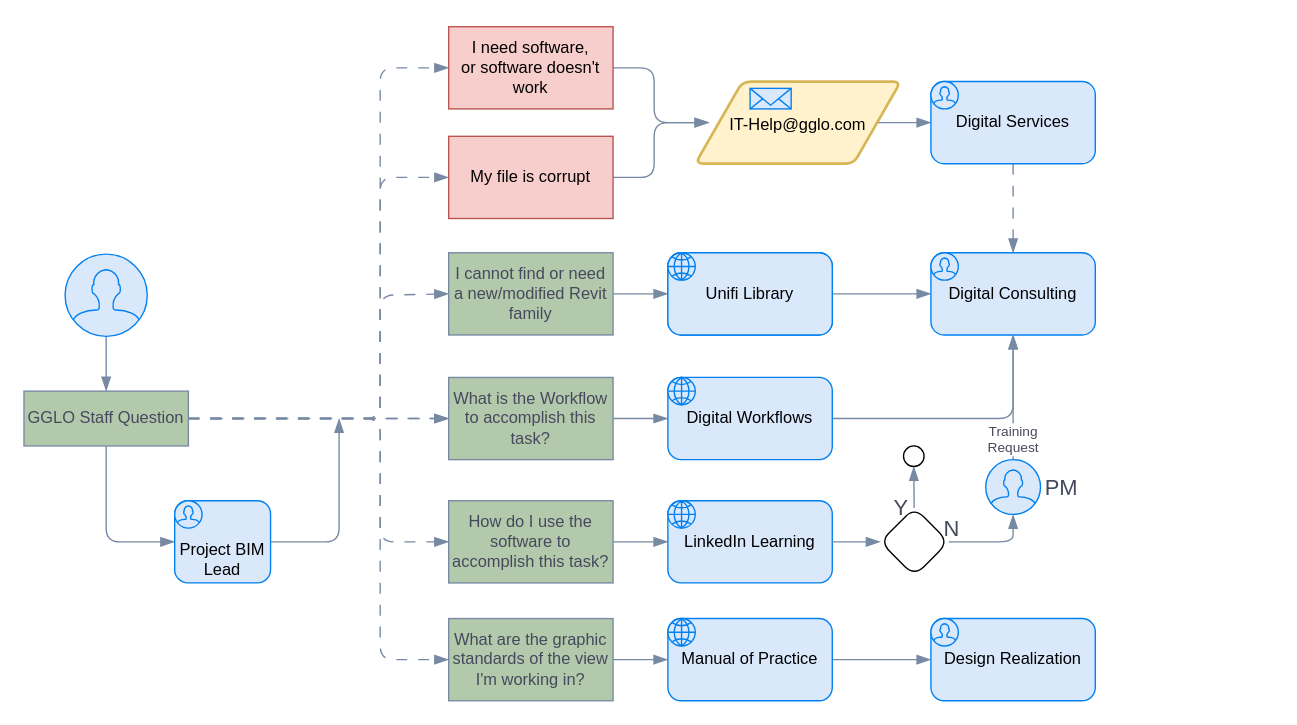
Earlier version of the draw.io diagram Support Flow.drawio (sburkeGGLO/diagrams). Source tidied: cells renumbered, new cells numbered last; positions are measured from the earlier drawing's top-left corner, leaving out a move shared by most shapes. Both pictures are drawn from the tidied source at 137%, with x=0, y=0 at pixel (23, 26).
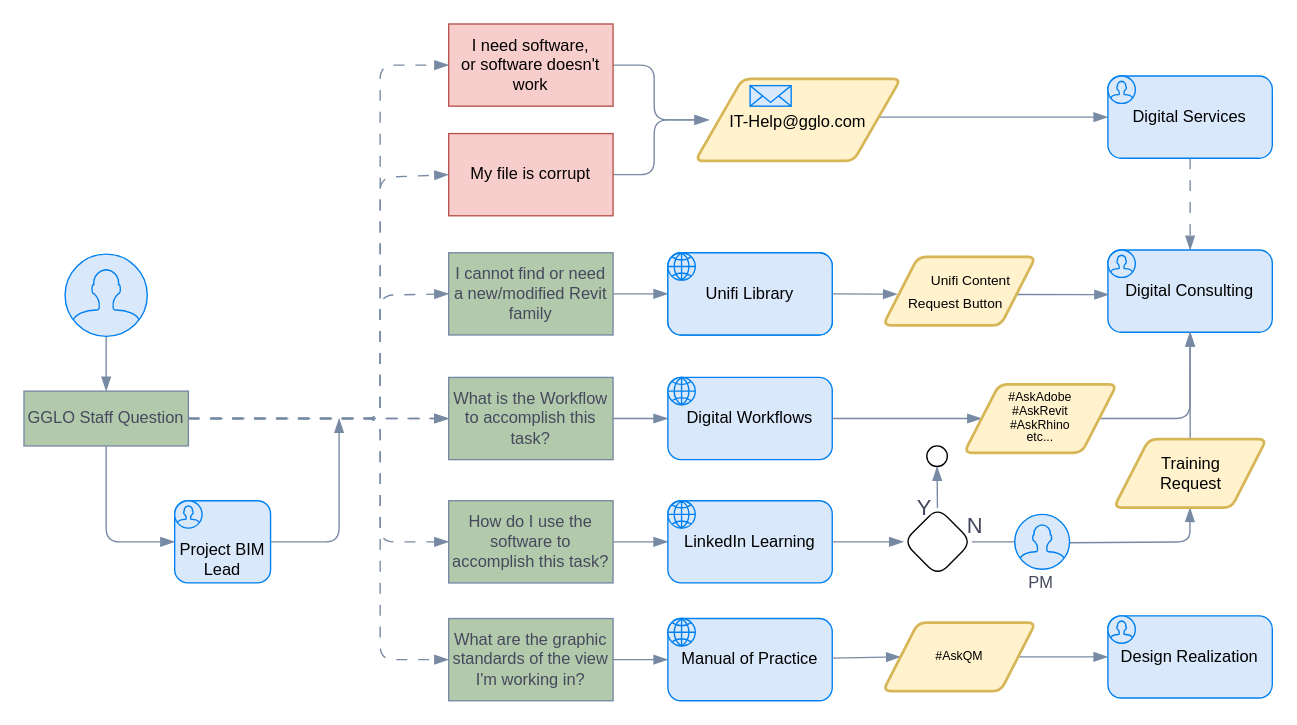
The same diagram, later.

Unchanged cells that the change refers to:
```xml
<mxCell id="4" value="GGLO Staff Question" style="rounded=0;whiteSpace=wrap;html=1;fontSize=12;glass=0;strokeWidth=1;shadow=0;labelBackgroundColor=none;fillColor=#B2C9AB;strokeColor=#788AA3;fontColor=#46495D;" parent="1" vertex="1">
  <mxGeometry y="266" width="120" height="40" as="geometry" />
</mxCell>
<mxCell id="26" value="Manual of Practice" style="whiteSpace=wrap;html=1;fillColor=#dae8fc;strokeColor=#0080F0;rounded=1;glass=0;strokeWidth=1;shadow=0;labelBackgroundColor=none;fontSize=12;arcSize=16;dashed=0;" parent="1" vertex="1">
  <mxGeometry x="470" y="432" width="120" height="60" as="geometry" />
</mxCell>
<mxCell id="29" value="Digital Workflows" style="whiteSpace=wrap;html=1;fillColor=#dae8fc;strokeColor=#0080F0;rounded=1;glass=0;strokeWidth=1;shadow=0;labelBackgroundColor=none;fontSize=12;arcSize=16;dashed=0;" parent="1" vertex="1">
  <mxGeometry x="470" y="256" width="120" height="60" as="geometry" />
</mxCell>
<mxCell id="36" value="Unifi Library" style="whiteSpace=wrap;html=1;fillColor=#dae8fc;strokeColor=#0080F0;rounded=1;glass=0;strokeWidth=1;shadow=0;labelBackgroundColor=none;fontSize=12;arcSize=16;dashed=0;" parent="1" vertex="1">
  <mxGeometry x="470" y="165" width="120" height="60" as="geometry" />
</mxCell>
```

Diff of the diagram source:
```diff
@@
     <mxCell id="12" style="edgeStyle=none;jettySize=auto;html=1;entryX=0;entryY=0.5;entryDx=0;entryDy=0;strokeColor=#788AA3;fontSize=12;fontColor=#46495D;startSize=8;endSize=8;fillColor=#B2C9AB;rounded=1;endArrow=blockThin;endFill=1;" parent="1" edge="1" source="13">
       <mxGeometry relative="1" as="geometry">
-        <mxPoint x="500" y="70" as="targetPoint" />
+        <mxPoint x="500" y="68" as="targetPoint" />
         <Array as="points">
-          <mxPoint x="460" y="110" />
-          <mxPoint x="460" y="70" />
+          <mxPoint x="460" y="108" />
+          <mxPoint x="460" y="68" />
         </Array>
       </mxGeometry>
     </mxCell>
     <mxCell id="13" value="My file is corrupt" style="whiteSpace=wrap;html=1;fillColor=#f8cecc;strokeColor=#b85450;rounded=0;glass=0;strokeWidth=1;shadow=0;labelBackgroundColor=none;fontSize=12;" parent="1" vertex="1">
-      <mxGeometry x="310" y="80" width="120" height="60" as="geometry" />
+      <mxGeometry x="310" y="78" width="120" height="60" as="geometry" />
     </mxCell>
     <mxCell id="14" style="edgeStyle=none;jettySize=auto;html=1;strokeColor=#788AA3;fontSize=12;fontColor=#46495D;startSize=8;endSize=8;fillColor=#B2C9AB;rounded=1;endArrow=blockThin;endFill=1;" parent="1" edge="1" source="15">
       <mxGeometry relative="1" as="geometry">
-        <mxPoint x="500" y="70" as="targetPoint" />
+        <mxPoint x="500" y="68" as="targetPoint" />
         <Array as="points">
-          <mxPoint x="460" y="30" />
-          <mxPoint x="460" y="70" />
+          <mxPoint x="460" y="28" />
+          <mxPoint x="460" y="68" />
         </Array>
       </mxGeometry>
     </mxCell>
     <mxCell id="15" value="I need software,&lt;br style=&quot;font-size: 12px;&quot;&gt;or software doesn't work" style="whiteSpace=wrap;html=1;fillColor=#f8cecc;strokeColor=#b85450;rounded=0;glass=0;strokeWidth=1;shadow=0;labelBackgroundColor=none;fontSize=12;" parent="1" vertex="1">
-      <mxGeometry x="310" width="120" height="60" as="geometry" />
+      <mxGeometry x="310" y="-2" width="120" height="60" as="geometry" />
     </mxCell>
@@
     <mxCell id="22" style="edgeStyle=none;jettySize=auto;html=1;strokeColor=#788AA3;fontSize=12;fontColor=default;startSize=8;endSize=8;fillColor=#B2C9AB;dashed=1;dashPattern=8 8;endArrow=blockThin;endFill=1;entryX=0;entryY=0.5;entryDx=0;entryDy=0;rounded=1;exitX=1;exitY=0.5;exitDx=0;exitDy=0;" parent="1" edge="1" source="4" target="15">
       <mxGeometry relative="1" as="geometry">
         <Array as="points">
           <mxPoint x="260" y="286" />
-          <mxPoint x="260" y="30" />
+          <mxPoint x="260" y="28" />
         </Array>
       </mxGeometry>
     </mxCell>
@@
-    <mxCell id="25" style="edgeStyle=none;shape=connector;rounded=1;jettySize=auto;html=1;entryX=0;entryY=0.5;entryDx=0;entryDy=0;labelBackgroundColor=default;strokeColor=#788AA3;fontFamily=Helvetica;fontSize=12;fontColor=#46495D;endArrow=blockThin;endFill=1;startSize=8;endSize=8;fillColor=#B2C9AB;" parent="1" edge="1" source="26" target="45">
+    <mxCell id="25" style="edgeStyle=none;shape=connector;rounded=1;jettySize=auto;html=1;entryX=0;entryY=0.5;entryDx=0;entryDy=0;labelBackgroundColor=default;strokeColor=#788AA3;fontFamily=Helvetica;fontSize=12;fontColor=#46495D;endArrow=blockThin;endFill=1;startSize=8;endSize=8;fillColor=#B2C9AB;" parent="1" edge="1" source="65" target="45">
       <mxGeometry relative="1" as="geometry" />
     </mxCell>
@@
-    <mxCell id="28" style="edgeStyle=none;shape=connector;rounded=1;jettySize=auto;html=1;entryX=0.5;entryY=1;entryDx=0;entryDy=0;labelBackgroundColor=default;strokeColor=#788AA3;fontFamily=Helvetica;fontSize=12;fontColor=#46495D;endArrow=blockThin;endFill=1;startSize=8;endSize=8;fillColor=#B2C9AB;" parent="1" edge="1" source="29" target="42">
+    <mxCell id="28" style="edgeStyle=none;shape=connector;rounded=1;jettySize=auto;html=1;entryX=0.5;entryY=1;entryDx=0;entryDy=0;labelBackgroundColor=default;strokeColor=#788AA3;fontFamily=Helvetica;fontSize=12;fontColor=#46495D;endArrow=blockThin;endFill=1;startSize=8;endSize=8;fillColor=#B2C9AB;" parent="1" edge="1" source="67" target="42">
       <mxGeometry relative="1" as="geometry">
         <Array as="points">
-          <mxPoint x="722" y="286" />
+          <mxPoint x="851" y="286" />
         </Array>
       </mxGeometry>
     </mxCell>
@@
-    <mxCell id="31" style="edgeStyle=none;curved=1;orthogonalLoop=1;jettySize=auto;html=1;strokeColor=#788AA3;fontSize=12;fontColor=#46495D;startSize=8;endSize=8;fillColor=#B2C9AB;endArrow=blockThin;endFill=1;" parent="1" edge="1">
+    <mxCell id="31" style="edgeStyle=none;curved=1;jettySize=auto;html=1;strokeColor=#788AA3;fontSize=12;fontColor=#46495D;startSize=8;endSize=8;fillColor=#B2C9AB;endArrow=blockThin;endFill=1;exitX=0.847;exitY=0.467;exitDx=0;exitDy=0;exitPerimeter=0;" parent="1" edge="1" source="32">
       <mxGeometry relative="1" as="geometry">
-        <mxPoint x="617.8" y="70" as="sourcePoint" />
-        <mxPoint x="662" y="70" as="targetPoint" />
+        <mxPoint x="791.2" y="66" as="targetPoint" />
       </mxGeometry>
     </mxCell>
     <mxCell id="32" value="&lt;font style=&quot;font-size: 12px;&quot;&gt;IT-Help@gglo.com&lt;/font&gt;" style="shape=parallelogram;html=1;strokeWidth=2;perimeter=parallelogramPerimeter;whiteSpace=wrap;rounded=1;arcSize=12;size=0.23;strokeColor=#d6b656;fontSize=16;fillColor=#fff2cc;verticalAlign=middle;" parent="1" vertex="1">
-      <mxGeometry x="490" y="40" width="150" height="60" as="geometry" />
+      <mxGeometry x="490" y="38" width="150" height="60" as="geometry" />
     </mxCell>
@@
     <mxCell id="34" value="Digital Services" style="whiteSpace=wrap;html=1;fontSize=12;fillColor=#dae8fc;strokeColor=#0080F0;strokeWidth=1;rounded=1;arcSize=16;glass=0;shadow=0;labelBackgroundColor=none;dashed=0;" parent="1" vertex="1">
-      <mxGeometry x="662" y="40" width="120" height="60" as="geometry" />
+      <mxGeometry x="791.2" y="36" width="120" height="60" as="geometry" />
     </mxCell>
-    <mxCell id="35" style="edgeStyle=none;shape=connector;rounded=1;jettySize=auto;html=1;labelBackgroundColor=default;strokeColor=#788AA3;fontFamily=Helvetica;fontSize=12;fontColor=#46495D;endArrow=blockThin;endFill=1;startSize=8;endSize=8;fillColor=#B2C9AB;" parent="1" edge="1" source="36" target="42">
-      <mxGeometry relative="1" as="geometry" />
-    </mxCell>
@@
     <mxCell id="37" style="html=1;verticalLabelPosition=bottom;align=center;labelBackgroundColor=#ffffff;verticalAlign=top;strokeWidth=1;strokeColor=#0080F0;shadow=0;dashed=0;shape=mxgraph.ios7.icons.mail;rounded=1;glass=0;fontFamily=Helvetica;fontSize=12;fontColor=default;fillColor=#dae8fc;" parent="1" vertex="1">
-      <mxGeometry x="530" y="45" width="30" height="15" as="geometry" />
+      <mxGeometry x="530" y="43" width="30" height="15" as="geometry" />
     </mxCell>
@@
     <mxCell id="41" style="html=1;verticalLabelPosition=bottom;align=center;labelBackgroundColor=#ffffff;verticalAlign=top;strokeWidth=1;strokeColor=#0080F0;shadow=0;dashed=0;shape=mxgraph.ios7.icons.user;rounded=1;glass=0;fontFamily=Helvetica;fontSize=12;fontColor=default;fillColor=#dae8fc;" parent="1" vertex="1">
-      <mxGeometry x="662" y="40" width="20" height="20" as="geometry" />
+      <mxGeometry x="791.2" y="36" width="20" height="20" as="geometry" />
     </mxCell>
     <mxCell id="42" value="Digital Consulting" style="whiteSpace=wrap;html=1;fontSize=12;fillColor=#dae8fc;strokeColor=#0080F0;strokeWidth=1;rounded=1;arcSize=16;glass=0;shadow=0;labelBackgroundColor=none;dashed=0;" parent="1" vertex="1">
-      <mxGeometry x="662" y="165" width="120" height="60" as="geometry" />
+      <mxGeometry x="791.2" y="163" width="120" height="60" as="geometry" />
     </mxCell>
     <mxCell id="43" style="html=1;verticalLabelPosition=bottom;align=center;labelBackgroundColor=#ffffff;verticalAlign=top;strokeWidth=1;strokeColor=#0080F0;shadow=0;dashed=0;shape=mxgraph.ios7.icons.user;rounded=1;glass=0;fontFamily=Helvetica;fontSize=12;fontColor=default;fillColor=#dae8fc;" parent="1" vertex="1">
-      <mxGeometry x="662" y="165" width="20" height="20" as="geometry" />
+      <mxGeometry x="791.2" y="163" width="20" height="20" as="geometry" />
     </mxCell>
-    <mxCell id="44" style="edgeStyle=none;shape=connector;rounded=1;jettySize=auto;html=1;entryX=0.5;entryY=1;entryDx=0;entryDy=0;labelBackgroundColor=default;strokeColor=#788AA3;fontFamily=Helvetica;fontSize=12;fontColor=#46495D;endArrow=blockThin;endFill=1;startSize=8;endSize=8;fillColor=#B2C9AB;exitX=0.5;exitY=0.014;exitDx=0;exitDy=0;exitPerimeter=0;" parent="1" edge="1" source="54" target="42">
-      <mxGeometry relative="1" as="geometry" />
+    <mxCell id="44" style="edgeStyle=none;shape=connector;rounded=1;jettySize=auto;html=1;labelBackgroundColor=default;strokeColor=#788AA3;fontFamily=Helvetica;fontSize=12;fontColor=#46495D;endArrow=blockThin;endFill=1;startSize=8;endSize=8;fillColor=#B2C9AB;exitX=1.005;exitY=0.517;exitDx=0;exitDy=0;exitPerimeter=0;" parent="1" edge="1" source="54" target="61">
+      <mxGeometry relative="1" as="geometry">
+        <Array as="points">
+          <mxPoint x="851" y="376" />
+        </Array>
+      </mxGeometry>
     </mxCell>
     <mxCell id="45" value="Design Realization" style="whiteSpace=wrap;html=1;fontSize=12;fillColor=#dae8fc;strokeColor=#0080F0;strokeWidth=1;rounded=1;arcSize=16;glass=0;shadow=0;labelBackgroundColor=none;dashed=0;" parent="1" vertex="1">
-      <mxGeometry x="662" y="432" width="120" height="60" as="geometry" />
+      <mxGeometry x="791.2" y="430" width="120" height="60" as="geometry" />
     </mxCell>
     <mxCell id="46" style="html=1;verticalLabelPosition=bottom;align=center;labelBackgroundColor=#ffffff;verticalAlign=top;strokeWidth=1;strokeColor=#0080F0;shadow=0;dashed=0;shape=mxgraph.ios7.icons.user;rounded=1;glass=0;fontFamily=Helvetica;fontSize=12;fontColor=default;fillColor=#dae8fc;" parent="1" vertex="1">
-      <mxGeometry x="662" y="432" width="20" height="20" as="geometry" />
+      <mxGeometry x="791.2" y="430" width="20" height="20" as="geometry" />
     </mxCell>
@@
     <mxCell id="49" style="rhombus;whiteSpace=wrap;html=1;rounded=1;shadow=0;glass=0;dashed=0;labelBackgroundColor=#ffffff;strokeWidth=1;fontFamily=Helvetica;fontSize=12;" parent="1" vertex="1">
-      <mxGeometry x="625" y="351" width="50" height="50" as="geometry" />
+      <mxGeometry x="642" y="351" width="50" height="50" as="geometry" />
     </mxCell>
     <mxCell id="50" value="Y" style="text;html=1;align=center;verticalAlign=middle;strokeColor=none;fillColor=none;fontSize=16;fontFamily=Helvetica;fontColor=#46495D;" parent="1" vertex="1">
-      <mxGeometry x="625" y="336" width="30" height="30" as="geometry" />
+      <mxGeometry x="642" y="336" width="30" height="30" as="geometry" />
     </mxCell>
     <mxCell id="51" value="N" style="text;html=1;align=center;verticalAlign=middle;strokeColor=none;fillColor=none;fontSize=16;fontFamily=Helvetica;fontColor=#46495D;" parent="1" vertex="1">
-      <mxGeometry x="657" y="351" width="40" height="30" as="geometry" />
+      <mxGeometry x="674" y="349" width="40" height="30" as="geometry" />
     </mxCell>
     <mxCell id="52" style="ellipse;whiteSpace=wrap;html=1;rounded=1;shadow=0;glass=0;dashed=0;labelBackgroundColor=#ffffff;strokeWidth=1;strokeColor=default;fontFamily=Helvetica;fontSize=12;fontColor=default;fillColor=default;" parent="1" vertex="1">
-      <mxGeometry x="642" y="306" width="15" height="15" as="geometry" />
+      <mxGeometry x="659" y="306" width="15" height="15" as="geometry" />
     </mxCell>
-    <mxCell id="53" style="edgeStyle=none;shape=connector;rounded=1;jettySize=auto;html=1;entryX=0.5;entryY=1;entryDx=0;entryDy=0;labelBackgroundColor=default;strokeColor=#788AA3;fontFamily=Helvetica;fontSize=12;fontColor=#46495D;endArrow=blockThin;endFill=1;startSize=8;endSize=8;fillColor=#B2C9AB;exitX=1;exitY=0.5;exitDx=0;exitDy=0;" parent="1" edge="1" source="49" target="54">
+    <mxCell id="53" style="edgeStyle=none;shape=connector;rounded=1;jettySize=auto;html=1;entryX=0.016;entryY=0.494;entryDx=0;entryDy=0;labelBackgroundColor=default;strokeColor=#788AA3;fontFamily=Helvetica;fontSize=12;fontColor=#46495D;endArrow=blockThin;endFill=1;startSize=8;endSize=8;fillColor=#B2C9AB;exitX=1;exitY=0.5;exitDx=0;exitDy=0;entryPerimeter=0;" parent="1" edge="1" source="49" target="54">
       <mxGeometry relative="1" as="geometry">
         <Array as="points">
-          <mxPoint x="722" y="376" />
+          <mxPoint x="747" y="376" />
         </Array>
       </mxGeometry>
     </mxCell>
     <mxCell id="54" style="html=1;verticalLabelPosition=bottom;align=right;labelBackgroundColor=#ffffff;verticalAlign=middle;strokeWidth=1;strokeColor=#0080F0;shadow=0;dashed=0;shape=mxgraph.ios7.icons.user;rounded=1;glass=0;fontFamily=Helvetica;fontSize=12;fontColor=default;fillColor=#dae8fc;" parent="1" vertex="1">
-      <mxGeometry x="702" y="316" width="40" height="40" as="geometry" />
+      <mxGeometry x="723.2" y="356" width="40" height="40" as="geometry" />
     </mxCell>
-    <mxCell id="55" value="PM" style="text;html=1;align=center;verticalAlign=middle;strokeColor=none;fillColor=none;fontSize=16;fontFamily=Helvetica;fontColor=#46495D;" parent="1" vertex="1">
-      <mxGeometry x="732" y="321" width="50" height="30" as="geometry" />
+    <mxCell id="55" value="PM" style="text;html=1;align=center;verticalAlign=middle;strokeColor=none;fillColor=none;fontSize=12;fontFamily=Helvetica;fontColor=#46495D;" parent="1" vertex="1">
+      <mxGeometry x="722" y="391" width="40" height="30" as="geometry" />
     </mxCell>
@@
+    <mxCell id="62" style="edgeStyle=none;shape=connector;rounded=1;jettySize=auto;html=1;entryX=0.5;entryY=1;entryDx=0;entryDy=0;labelBackgroundColor=default;strokeColor=#788AA3;fontFamily=Helvetica;fontSize=12;fontColor=#46495D;endArrow=blockThin;endFill=1;startSize=8;endSize=8;fillColor=#B2C9AB;" parent="1" edge="1" source="61" target="42">
+      <mxGeometry relative="1" as="geometry" />
+    </mxCell>
-    <mxCell id="61" value="Training&lt;br style=&quot;font-size: 10px;&quot;&gt;Request" style="text;html=1;align=center;verticalAlign=middle;points=[];strokeColor=none;fillColor=none;fontSize=10;fontFamily=Helvetica;fontColor=#46495D;labelBackgroundColor=default;" parent="1" vertex="1">
-      <mxGeometry x="692" y="281" width="60" height="40" as="geometry" />
+    <mxCell id="61" value="&lt;font style=&quot;font-size: 12px;&quot;&gt;Training&lt;br style=&quot;font-size: 12px;&quot;&gt;Request&lt;/font&gt;" style="shape=parallelogram;html=1;strokeWidth=2;perimeter=parallelogramPerimeter;whiteSpace=wrap;rounded=1;arcSize=12;size=0.23;strokeColor=#d6b656;fontSize=12;fillColor=#fff2cc;verticalAlign=middle;" parent="1" vertex="1">
+      <mxGeometry x="795.5" y="301" width="111.5" height="50" as="geometry" />
     </mxCell>
+    <mxCell id="63" style="edgeStyle=none;shape=connector;rounded=1;jettySize=auto;html=1;entryX=0.005;entryY=0.542;entryDx=0;entryDy=0;entryPerimeter=0;labelBackgroundColor=default;strokeColor=#788AA3;fontFamily=Helvetica;fontSize=12;fontColor=#46495D;endArrow=blockThin;endFill=1;startSize=8;endSize=8;fillColor=#B2C9AB;exitX=0.874;exitY=0.55;exitDx=0;exitDy=0;exitPerimeter=0;" parent="1" edge="1" source="69" target="42">
+      <mxGeometry relative="1" as="geometry" />
+    </mxCell>
+    <mxCell id="64" style="edgeStyle=none;shape=connector;rounded=1;jettySize=auto;html=1;entryX=0;entryY=0.5;entryDx=0;entryDy=0;labelBackgroundColor=default;strokeColor=#788AA3;fontFamily=Helvetica;fontSize=12;fontColor=#46495D;endArrow=blockThin;endFill=1;startSize=8;endSize=8;fillColor=#B2C9AB;" parent="1" edge="1" source="26" target="65">
+      <mxGeometry relative="1" as="geometry" />
+    </mxCell>
+    <mxCell id="65" value="&lt;p style=&quot;line-height: 110%; font-size: 9px;&quot;&gt;#AskQM&lt;/p&gt;" style="shape=parallelogram;html=1;strokeWidth=2;perimeter=parallelogramPerimeter;whiteSpace=wrap;rounded=1;arcSize=12;size=0.23;strokeColor=#d6b656;fontSize=9;fillColor=#fff2cc;verticalAlign=middle;align=center;" parent="1" vertex="1">
+      <mxGeometry x="627" y="435" width="111.5" height="50" as="geometry" />
+    </mxCell>
+    <mxCell id="66" style="edgeStyle=none;shape=connector;rounded=1;jettySize=auto;html=1;entryX=0;entryY=0.5;entryDx=0;entryDy=0;labelBackgroundColor=default;strokeColor=#788AA3;fontFamily=Helvetica;fontSize=12;fontColor=#46495D;endArrow=blockThin;endFill=1;startSize=8;endSize=8;fillColor=#B2C9AB;" parent="1" edge="1" source="29" target="67">
+      <mxGeometry relative="1" as="geometry" />
+    </mxCell>
+    <mxCell id="67" value="&lt;p style=&quot;line-height: 110%; font-size: 9px;&quot;&gt;#AskAdobe&lt;br style=&quot;font-size: 9px;&quot;&gt;#AskRevit&lt;br style=&quot;font-size: 9px;&quot;&gt;#AskRhino&lt;br style=&quot;font-size: 9px;&quot;&gt;etc...&lt;/p&gt;" style="shape=parallelogram;html=1;strokeWidth=2;perimeter=parallelogramPerimeter;whiteSpace=wrap;rounded=1;arcSize=12;size=0.23;strokeColor=#d6b656;fontSize=9;fillColor=#fff2cc;verticalAlign=middle;align=center;" parent="1" vertex="1">
+      <mxGeometry x="686.2" y="261" width="111.5" height="50" as="geometry" />
+    </mxCell>
+    <mxCell id="68" style="edgeStyle=none;shape=connector;rounded=1;jettySize=auto;html=1;entryX=0.095;entryY=0.544;entryDx=0;entryDy=0;entryPerimeter=0;labelBackgroundColor=default;strokeColor=#788AA3;fontFamily=Helvetica;fontSize=12;fontColor=#46495D;endArrow=blockThin;endFill=1;startSize=8;endSize=8;fillColor=#B2C9AB;exitX=1;exitY=0.5;exitDx=0;exitDy=0;" parent="1" edge="1" source="36" target="69">
+      <mxGeometry relative="1" as="geometry" />
+    </mxCell>
+    <mxCell id="69" value="&lt;p style=&quot;text-align: right; line-height: 70%; font-size: 10px;&quot;&gt;&lt;font style=&quot;font-size: 10px;&quot;&gt;Unifi Content&lt;/font&gt;&lt;/p&gt;&lt;p style=&quot;text-align: right; line-height: 70%; font-size: 10px;&quot;&gt;&lt;font style=&quot;font-size: 10px;&quot;&gt;Request Button&amp;nbsp;&amp;nbsp;&lt;/font&gt;&lt;br&gt;&lt;/p&gt;" style="shape=parallelogram;html=1;strokeWidth=2;perimeter=parallelogramPerimeter;whiteSpace=wrap;rounded=1;arcSize=12;size=0.23;strokeColor=#d6b656;fontSize=16;fillColor=#fff2cc;verticalAlign=middle;" parent="1" vertex="1">
+      <mxGeometry x="627" y="168" width="111.5" height="50" as="geometry" />
+    </mxCell>
```
